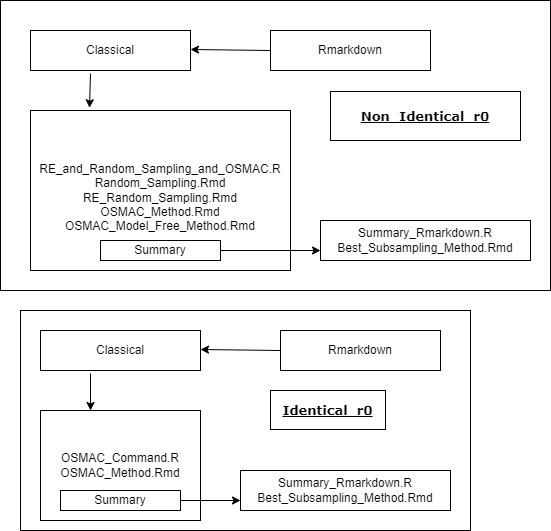
Before: Images/Rmarkdown.png, a diagram exported from draw.io (Amalan-ConStat/RS_OS_MROS_PR_TwoVar_Normal). Source tidied: cells renumbered, new cells last; positions are measured from the earlier drawing's top-left corner, leaving out a move shared by most shapes.
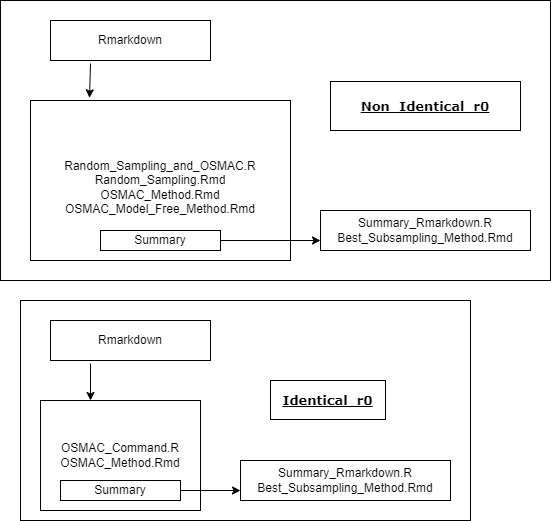
After the change.

Change to the diagram source:
```diff
@@ -6,20 +6,12 @@
       <mxGeometry x="20" y="310" width="450" height="220" as="geometry" />
     </mxCell>
     <mxCell id="3" style="rounded=0;whiteSpace=wrap;html=1;fontFamily=Verdana;fontSize=13;fontColor=#000000;" parent="1" vertex="1">
-      <mxGeometry width="550" height="290" as="geometry" />
+      <mxGeometry y="10" width="550" height="280" as="geometry" />
     </mxCell>
     <mxCell id="4" value="Rmarkdown" style="rounded=0;whiteSpace=wrap;html=1;" parent="1" vertex="1">
-      <mxGeometry x="270" y="30" width="160" height="40" as="geometry" />
+      <mxGeometry x="50" y="30" width="160" height="40" as="geometry" />
     </mxCell>
-    <mxCell id="5" value="Classical" style="rounded=0;whiteSpace=wrap;html=1;" parent="1" vertex="1">
-      <mxGeometry x="30" y="30" width="160" height="40" as="geometry" />
-    </mxCell>
-    <mxCell id="6" style="endArrow=classic;html=1;exitX=0;exitY=0.5;exitDx=0;exitDy=0;" parent="1" edge="1" source="4">
-      <mxGeometry relative="1" as="geometry">
-        <mxPoint x="190" y="49" as="targetPoint" />
-      </mxGeometry>
-    </mxCell>
-    <mxCell id="7" value="&lt;br&gt;RE_and_Random_Sampling_and_OSMAC.R&lt;br&gt;Random_Sampling.Rmd&lt;br&gt;RE_Random_Sampling.Rmd&lt;br&gt;OSMAC_Method.Rmd&lt;br&gt;OSMAC_Model_Free_Method.Rmd" style="rounded=0;whiteSpace=wrap;html=1;" parent="1" vertex="1">
+    <mxCell id="7" value="&lt;br&gt;Random_Sampling_and_OSMAC.R&lt;br&gt;Random_Sampling.Rmd&lt;br&gt;OSMAC_Method.Rmd&lt;br&gt;OSMAC_Model_Free_Method.Rmd" style="rounded=0;whiteSpace=wrap;html=1;" parent="1" vertex="1">
       <mxGeometry x="30" y="110" width="260" height="160" as="geometry" />
     </mxCell>
     <mxCell id="8" style="endArrow=classic;html=1;entryX=0.227;entryY=-0.017;entryDx=0;entryDy=0;entryPerimeter=0;" parent="1" edge="1" target="7">
@@ -40,16 +32,8 @@
       <mxGeometry x="330" y="91" width="190" height="49" as="geometry" />
     </mxCell>
     <mxCell id="13" value="Rmarkdown" style="rounded=0;whiteSpace=wrap;html=1;" parent="1" vertex="1">
-      <mxGeometry x="280" y="330" width="160" height="40" as="geometry" />
+      <mxGeometry x="50" y="330" width="160" height="40" as="geometry" />
     </mxCell>
-    <mxCell id="14" value="Classical" style="rounded=0;whiteSpace=wrap;html=1;" parent="1" vertex="1">
-      <mxGeometry x="40" y="330" width="160" height="40" as="geometry" />
-    </mxCell>
-    <mxCell id="15" style="endArrow=classic;html=1;exitX=0;exitY=0.5;exitDx=0;exitDy=0;" parent="1" edge="1" source="13">
-      <mxGeometry relative="1" as="geometry">
-        <mxPoint x="200" y="349" as="targetPoint" />
-      </mxGeometry>
-    </mxCell>
     <mxCell id="16" value="OSMAC_Command.R&lt;br&gt;OSMAC_Method.Rmd" style="rounded=0;whiteSpace=wrap;html=1;" parent="1" vertex="1">
       <mxGeometry x="40" y="410" width="160" height="110" as="geometry" />
     </mxCell>
```
